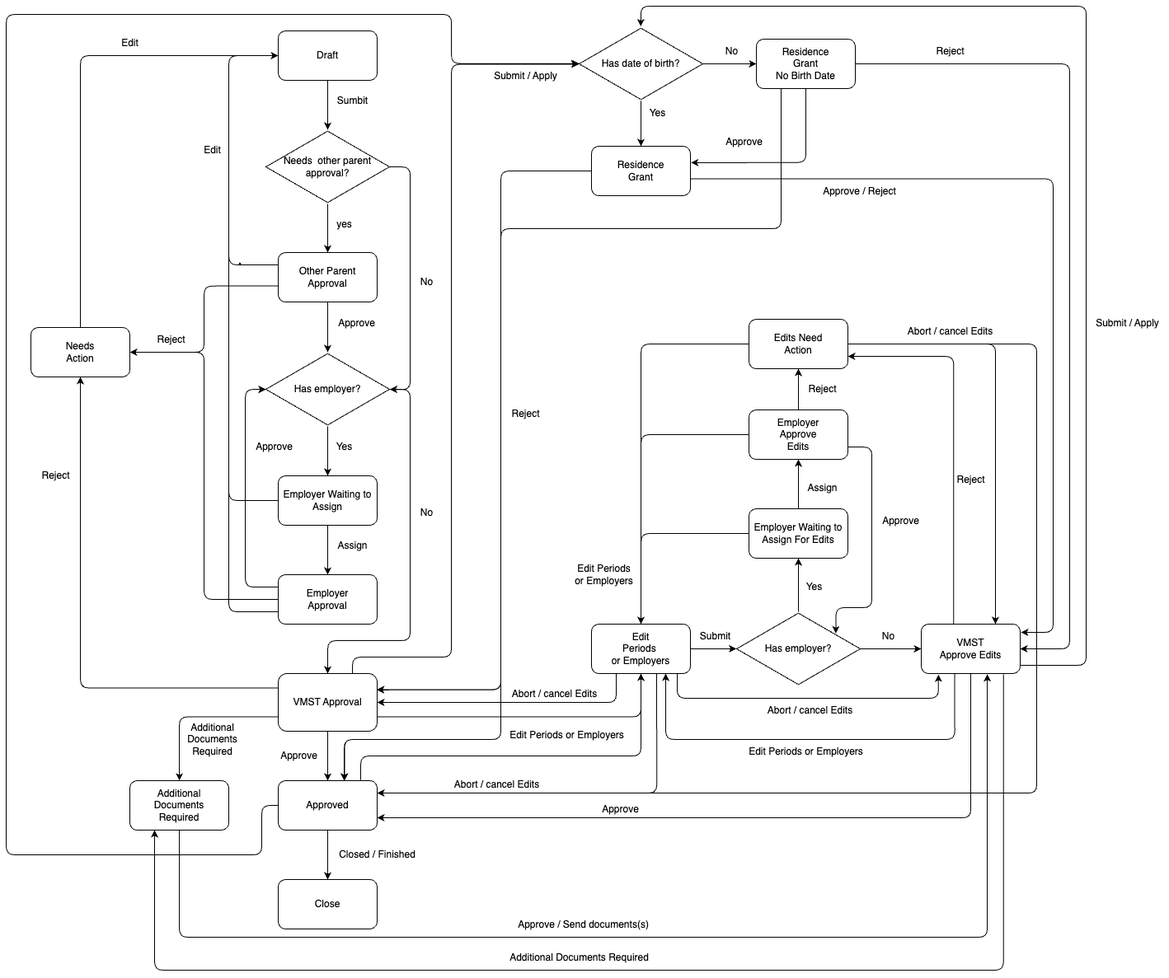
This is libs/application/templates/parental-leave/assets/parental-leave-flow-chart.png from island-is/island.is, a draw.io export, as it was before one commit. Source tidied: cells renumbered, new cells last; positions are measured from the earlier drawing's top-left corner, leaving out a move shared by most shapes.
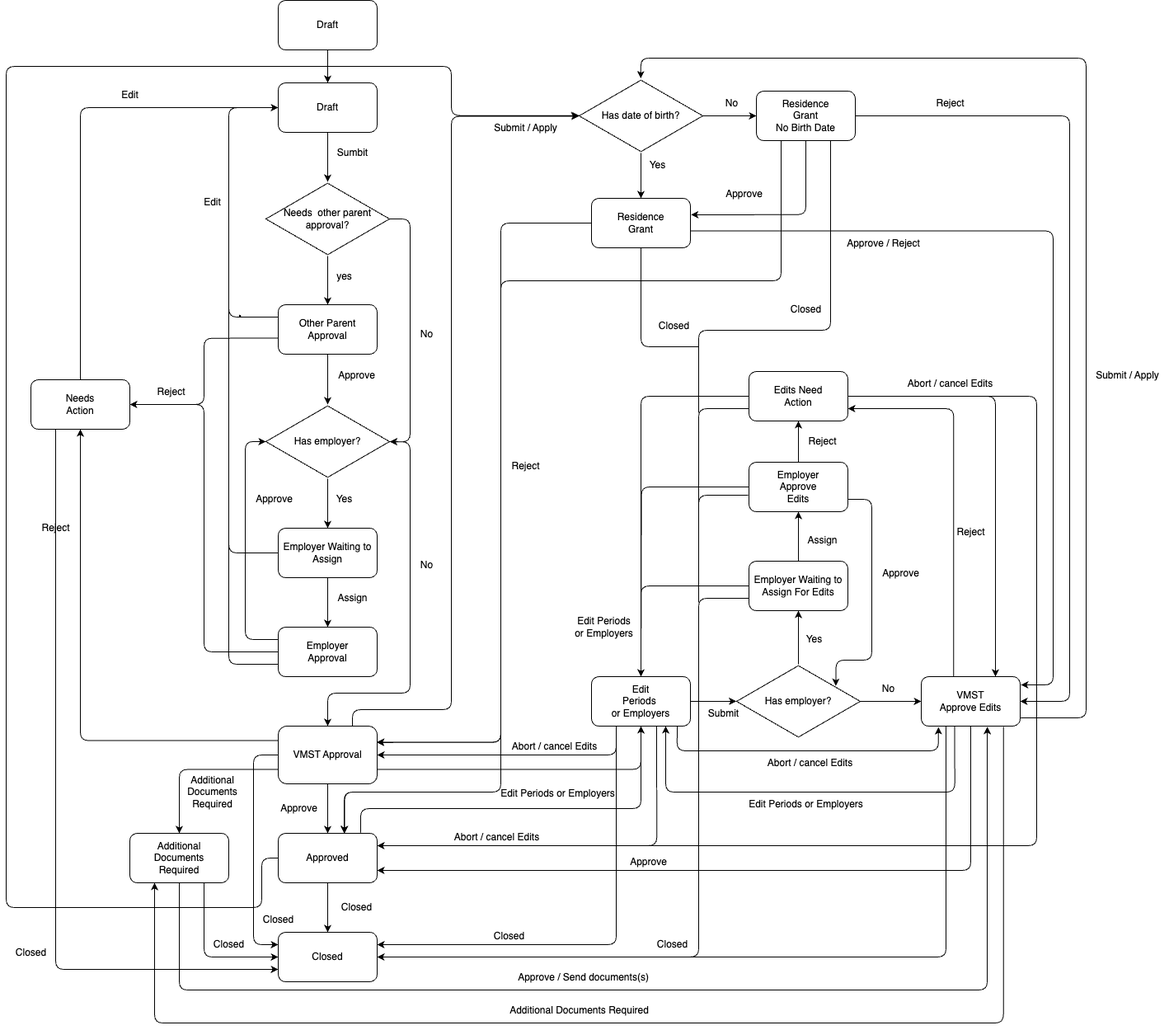
After the commit.

Commit message:
edit state diagram, add closed state change to states, add VMST as role, remove assignToVMST

What changed in the source:
```diff
@@ -132,6 +132,14 @@
         </Array>
       </mxGeometry>
     </mxCell>
+    <mxCell id="114" style="edgeStyle=none;html=1;exitX=0;exitY=0.5;exitDx=0;exitDy=0;entryX=0;entryY=0.25;entryDx=0;entryDy=0;" parent="1" edge="1" source="31" target="76">
+      <mxGeometry relative="1" as="geometry">
+        <Array as="points">
+          <mxPoint x="300" y="845" />
+          <mxPoint x="300" y="1075" />
+        </Array>
+      </mxGeometry>
+    </mxCell>
     <mxCell id="31" value="VMST Approval" style="rounded=1;whiteSpace=wrap;html=1;" parent="1" vertex="1">
       <mxGeometry x="330" y="810" width="120" height="70" as="geometry" />
     </mxCell>
@@ -148,6 +156,13 @@
         </Array>
       </mxGeometry>
     </mxCell>
+    <mxCell id="115" style="edgeStyle=none;html=1;exitX=0.25;exitY=1;exitDx=0;exitDy=0;entryX=0;entryY=0.75;entryDx=0;entryDy=0;" parent="1" edge="1" source="35" target="76">
+      <mxGeometry relative="1" as="geometry">
+        <Array as="points">
+          <mxPoint x="60" y="1105" />
+        </Array>
+      </mxGeometry>
+    </mxCell>
     <mxCell id="35" value="Needs&lt;br&gt;Action" style="rounded=1;whiteSpace=wrap;html=1;" parent="1" vertex="1">
       <mxGeometry x="30" y="390" width="120" height="60" as="geometry" />
     </mxCell>
@@ -192,6 +207,13 @@
         </Array>
       </mxGeometry>
     </mxCell>
+    <mxCell id="116" style="edgeStyle=none;html=1;exitX=0.75;exitY=1;exitDx=0;exitDy=0;entryX=0;entryY=0.5;entryDx=0;entryDy=0;" parent="1" edge="1" source="46" target="76">
+      <mxGeometry relative="1" as="geometry">
+        <Array as="points">
+          <mxPoint x="240" y="1090" />
+        </Array>
+      </mxGeometry>
+    </mxCell>
     <mxCell id="46" value="Additional&lt;br&gt;Documents&lt;br&gt;Required" style="rounded=1;whiteSpace=wrap;html=1;" parent="1" vertex="1">
       <mxGeometry x="150" y="940" width="120" height="60" as="geometry" />
     </mxCell>
@@ -222,11 +244,18 @@
     <mxCell id="52" style="edgeStyle=orthogonalEdgeStyle;rounded=1;jumpStyle=none;html=1;exitX=0.25;exitY=1;exitDx=0;exitDy=0;entryX=1;entryY=0.5;entryDx=0;entryDy=0;strokeColor=#000000;fontFamily=Helvetica;fontSize=12;fontColor=none;endArrow=classic;endFill=1;" parent="1" edge="1" source="53" target="31">
       <mxGeometry relative="1" as="geometry" />
     </mxCell>
+    <mxCell id="117" style="edgeStyle=none;html=1;exitX=0.25;exitY=1;exitDx=0;exitDy=0;entryX=1;entryY=0.25;entryDx=0;entryDy=0;" parent="1" edge="1" source="53" target="76">
+      <mxGeometry relative="1" as="geometry">
+        <Array as="points">
+          <mxPoint x="740" y="1075" />
+        </Array>
+      </mxGeometry>
+    </mxCell>
     <mxCell id="53" value="Edit&lt;br&gt;Periods&amp;nbsp;&lt;br&gt;or Employers" style="rounded=1;whiteSpace=wrap;html=1;" parent="1" vertex="1">
       <mxGeometry x="710" y="750" width="120" height="60" as="geometry" />
     </mxCell>
     <mxCell id="54" value="Edit Periods or Employers" style="text;html=1;align=center;verticalAlign=middle;strokeColor=none;fillColor=none;fontSize=12;fontFamily=Helvetica;fontColor=none;" parent="1" vertex="1">
-      <mxGeometry x="600" y="870" width="160" height="30" as="geometry" />
+      <mxGeometry x="589" y="877" width="160" height="30" as="geometry" />
     </mxCell>
     <mxCell id="55" style="edgeStyle=orthogonalEdgeStyle;html=1;entryX=1.006;entryY=0.332;entryDx=0;entryDy=0;strokeColor=#000000;fontColor=#FF0000;exitX=0.5;exitY=1;exitDx=0;exitDy=0;entryPerimeter=0;" parent="1" edge="1" source="59" target="63">
       <mxGeometry relative="1" as="geometry" />
@@ -259,6 +288,15 @@
         </Array>
       </mxGeometry>
     </mxCell>
+    <mxCell id="118" style="edgeStyle=none;html=1;exitX=0.75;exitY=1;exitDx=0;exitDy=0;endArrow=none;endFill=0;" parent="1" edge="1" source="59">
+      <mxGeometry relative="1" as="geometry">
+        <mxPoint x="840" y="430" as="targetPoint" />
+        <Array as="points">
+          <mxPoint x="1000" y="330" />
+          <mxPoint x="840" y="330" />
+        </Array>
+      </mxGeometry>
+    </mxCell>
     <mxCell id="59" value="Residence&lt;br&gt;Grant&lt;br&gt;No Birth Date" style="rounded=1;whiteSpace=wrap;html=1;" parent="1" vertex="1">
       <mxGeometry x="910" y="40" width="120" height="60" as="geometry" />
     </mxCell>
@@ -287,6 +325,14 @@
         </Array>
       </mxGeometry>
     </mxCell>
+    <mxCell id="119" style="edgeStyle=none;html=1;exitX=0.5;exitY=1;exitDx=0;exitDy=0;endArrow=none;endFill=0;" parent="1" edge="1" source="63">
+      <mxGeometry relative="1" as="geometry">
+        <mxPoint x="840" y="350" as="targetPoint" />
+        <Array as="points">
+          <mxPoint x="770" y="350" />
+        </Array>
+      </mxGeometry>
+    </mxCell>
     <mxCell id="63" value="Residence&lt;br&gt;Grant&lt;br&gt;" style="rounded=1;whiteSpace=wrap;html=1;" parent="1" vertex="1">
       <mxGeometry x="710" y="170" width="120" height="60" as="geometry" />
     </mxCell>
@@ -336,17 +382,25 @@
         </Array>
       </mxGeometry>
     </mxCell>
+    <mxCell id="120" style="edgeStyle=none;html=1;exitX=0.25;exitY=1;exitDx=0;exitDy=0;endArrow=none;endFill=0;" parent="1" edge="1" source="74">
+      <mxGeometry relative="1" as="geometry">
+        <mxPoint x="820" y="1090" as="targetPoint" />
+        <Array as="points">
+          <mxPoint x="1140" y="1090" />
+        </Array>
+      </mxGeometry>
+    </mxCell>
     <mxCell id="74" value="VMST&lt;br&gt;Approve Edits" style="rounded=1;whiteSpace=wrap;html=1;" parent="1" vertex="1">
       <mxGeometry x="1110" y="750" width="120" height="60" as="geometry" />
     </mxCell>
     <mxCell id="75" value="Approve / Send documents(s)" style="text;html=1;align=center;verticalAlign=middle;strokeColor=none;fillColor=none;fontSize=12;fontFamily=Helvetica;fontColor=none;" parent="1" vertex="1">
       <mxGeometry x="610" y="1100" width="180" height="30" as="geometry" />
     </mxCell>
-    <mxCell id="76" value="Close" style="rounded=1;whiteSpace=wrap;html=1;" parent="1" vertex="1">
+    <mxCell id="76" value="Closed" style="rounded=1;whiteSpace=wrap;html=1;" parent="1" vertex="1">
       <mxGeometry x="330" y="1060" width="120" height="60" as="geometry" />
     </mxCell>
-    <mxCell id="77" value="Closed / Finished" style="text;html=1;align=center;verticalAlign=middle;strokeColor=none;fillColor=none;fontSize=12;fontFamily=Helvetica;fontColor=none;labelBackgroundColor=none;" parent="1" vertex="1">
-      <mxGeometry x="390" y="1015" width="120" height="30" as="geometry" />
+    <mxCell id="77" value="Closed" style="text;html=1;align=center;verticalAlign=middle;strokeColor=none;fillColor=none;fontSize=12;fontFamily=Helvetica;fontColor=none;labelBackgroundColor=none;" parent="1" vertex="1">
+      <mxGeometry x="395" y="1015" width="60" height="30" as="geometry" />
     </mxCell>
     <mxCell id="78" value="Submit / Apply" style="text;html=1;align=center;verticalAlign=middle;strokeColor=none;fillColor=none;fontSize=12;fontFamily=Helvetica;fontColor=none;labelBackgroundColor=none;" parent="1" vertex="1">
       <mxGeometry x="580" y="70" width="100" height="30" as="geometry" />
@@ -373,7 +427,7 @@
       <mxGeometry x="886" y="735" width="150" height="90" as="geometry" />
     </mxCell>
     <mxCell id="83" value="Submit" style="text;html=1;align=center;verticalAlign=middle;strokeColor=none;fillColor=none;fontSize=12;fontFamily=Helvetica;fontColor=none;labelBackgroundColor=none;" parent="1" vertex="1">
-      <mxGeometry x="830" y="750" width="60" height="30" as="geometry" />
+      <mxGeometry x="840" y="780" width="60" height="30" as="geometry" />
     </mxCell>
     <mxCell id="84" style="edgeStyle=orthogonalEdgeStyle;rounded=1;jumpStyle=none;html=1;strokeColor=#000000;fontFamily=Helvetica;fontSize=12;fontColor=none;endArrow=classic;endFill=1;" parent="1" edge="1" source="86" target="95">
       <mxGeometry relative="1" as="geometry" />
@@ -381,6 +435,14 @@
     <mxCell id="85" style="edgeStyle=orthogonalEdgeStyle;rounded=1;jumpStyle=none;html=1;exitX=0;exitY=0.5;exitDx=0;exitDy=0;strokeColor=#000000;fontFamily=Helvetica;fontSize=12;fontColor=none;endArrow=classic;endFill=1;entryX=0.5;entryY=0;entryDx=0;entryDy=0;" parent="1" edge="1" source="86" target="53">
       <mxGeometry relative="1" as="geometry" />
     </mxCell>
+    <mxCell id="121" style="edgeStyle=none;html=1;exitX=0;exitY=0.75;exitDx=0;exitDy=0;" parent="1" edge="1" source="86" target="76">
+      <mxGeometry relative="1" as="geometry">
+        <Array as="points">
+          <mxPoint x="840" y="655" />
+          <mxPoint x="840" y="1090" />
+        </Array>
+      </mxGeometry>
+    </mxCell>
     <mxCell id="86" value="Employer Waiting to Assign For Edits" style="rounded=1;whiteSpace=wrap;html=1;" parent="1" vertex="1">
       <mxGeometry x="901" y="610" width="120" height="60" as="geometry" />
     </mxCell>
@@ -416,6 +478,15 @@
         </Array>
       </mxGeometry>
     </mxCell>
+    <mxCell id="122" style="edgeStyle=none;html=1;strokeColor=default;endArrow=none;endFill=0;" parent="1" edge="1">
+      <mxGeometry relative="1" as="geometry">
+        <mxPoint x="900" y="530" as="sourcePoint" />
+        <mxPoint x="840" y="660" as="targetPoint" />
+        <Array as="points">
+          <mxPoint x="840" y="530" />
+        </Array>
+      </mxGeometry>
+    </mxCell>
     <mxCell id="95" value="Employer&lt;br&gt;Approve&lt;br&gt;Edits" style="rounded=1;whiteSpace=wrap;html=1;" parent="1" vertex="1">
       <mxGeometry x="901" y="490" width="120" height="60" as="geometry" />
     </mxCell>
@@ -433,6 +504,14 @@
     <mxCell id="98" style="edgeStyle=orthogonalEdgeStyle;html=1;entryX=0.75;entryY=0;entryDx=0;entryDy=0;strokeColor=#000000;fontColor=#000000;" parent="1" edge="1" source="99" target="74">
       <mxGeometry relative="1" as="geometry" />
     </mxCell>
+    <mxCell id="123" style="edgeStyle=none;html=1;exitX=0;exitY=0.75;exitDx=0;exitDy=0;endArrow=none;endFill=0;" parent="1" edge="1" source="99">
+      <mxGeometry relative="1" as="geometry">
+        <mxPoint x="840" y="540" as="targetPoint" />
+        <Array as="points">
+          <mxPoint x="840" y="425" />
+        </Array>
+      </mxGeometry>
+    </mxCell>
     <mxCell id="99" value="Edits Need&lt;br&gt;Action" style="rounded=1;whiteSpace=wrap;html=1;" parent="1" vertex="1">
       <mxGeometry x="901" y="380" width="120" height="60" as="geometry" />
     </mxCell>
@@ -449,7 +528,7 @@
       <mxGeometry x="1050" y="610" width="70" height="30" as="geometry" />
     </mxCell>
     <mxCell id="104" value="&lt;font color=&quot;#000000&quot;&gt;Approve&lt;/font&gt;" style="text;html=1;align=center;verticalAlign=middle;strokeColor=none;fillColor=none;" parent="1" vertex="1">
-      <mxGeometry x="710" y="960" width="70" height="30" as="geometry" />
+      <mxGeometry x="744" y="960" width="70" height="30" as="geometry" />
     </mxCell>
     <mxCell id="105" value="Reject" style="text;html=1;align=center;verticalAlign=middle;strokeColor=none;fillColor=none;fontSize=12;fontFamily=Helvetica;fontColor=none;labelBackgroundColor=none;" parent="1" vertex="1">
       <mxGeometry x="1140" y="560" width="60" height="30" as="geometry" />
@@ -470,7 +549,7 @@
       <mxGeometry x="860" y="150" width="70" height="30" as="geometry" />
     </mxCell>
     <mxCell id="111" value="&lt;font color=&quot;#000000&quot;&gt;Approve / Reject&lt;/font&gt;" style="text;html=1;align=center;verticalAlign=middle;strokeColor=none;fillColor=none;fontColor=#FF0000;" parent="1" vertex="1">
-      <mxGeometry x="980" y="210" width="110" height="30" as="geometry" />
+      <mxGeometry x="1009" y="210" width="110" height="30" as="geometry" />
     </mxCell>
     <mxCell id="112" value="&lt;font color=&quot;#000000&quot;&gt;Reject&lt;/font&gt;" style="text;html=1;align=center;verticalAlign=middle;strokeColor=none;fillColor=none;fontColor=#FF0000;" parent="1" vertex="1">
       <mxGeometry x="1115" y="40" width="60" height="30" as="geometry" />
@@ -478,5 +557,32 @@
     <mxCell id="113" value="&lt;font color=&quot;#000000&quot;&gt;Reject&lt;/font&gt;" style="text;html=1;align=center;verticalAlign=middle;strokeColor=none;fillColor=none;fontColor=#FF0000;" parent="1" vertex="1">
       <mxGeometry x="600" y="480" width="60" height="30" as="geometry" />
     </mxCell>
+    <mxCell id="124" style="edgeStyle=none;html=1;exitX=0.5;exitY=1;exitDx=0;exitDy=0;entryX=0.5;entryY=0;entryDx=0;entryDy=0;" parent="1" edge="1" source="125" target="3">
+      <mxGeometry relative="1" as="geometry" />
+    </mxCell>
+    <mxCell id="125" value="Draft" style="rounded=1;whiteSpace=wrap;html=1;" parent="1" vertex="1">
+      <mxGeometry x="330" y="-70" width="120" height="60" as="geometry" />
+    </mxCell>
+    <mxCell id="126" value="Closed" style="text;html=1;align=center;verticalAlign=middle;strokeColor=none;fillColor=none;fontSize=12;fontFamily=Helvetica;fontColor=none;labelBackgroundColor=none;" parent="1" vertex="1">
+      <mxGeometry x="240" y="1060" width="60" height="30" as="geometry" />
+    </mxCell>
+    <mxCell id="127" value="Closed" style="text;html=1;align=center;verticalAlign=middle;strokeColor=none;fillColor=none;fontSize=12;fontFamily=Helvetica;fontColor=none;labelBackgroundColor=none;" parent="1" vertex="1">
+      <mxGeometry y="1070" width="60" height="30" as="geometry" />
+    </mxCell>
+    <mxCell id="128" value="Closed" style="text;html=1;align=center;verticalAlign=middle;strokeColor=none;fillColor=none;fontSize=12;fontFamily=Helvetica;fontColor=none;labelBackgroundColor=none;" parent="1" vertex="1">
+      <mxGeometry x="300" y="1030" width="60" height="30" as="geometry" />
+    </mxCell>
+    <mxCell id="129" value="Closed" style="text;html=1;align=center;verticalAlign=middle;strokeColor=none;fillColor=none;fontSize=12;fontFamily=Helvetica;fontColor=none;labelBackgroundColor=none;" parent="1" vertex="1">
+      <mxGeometry x="580" y="1050" width="60" height="30" as="geometry" />
+    </mxCell>
+    <mxCell id="130" value="Closed" style="text;html=1;align=center;verticalAlign=middle;strokeColor=none;fillColor=none;fontSize=12;fontFamily=Helvetica;fontColor=none;labelBackgroundColor=none;" parent="1" vertex="1">
+      <mxGeometry x="778" y="1060" width="60" height="30" as="geometry" />
+    </mxCell>
+    <mxCell id="131" value="Closed" style="text;html=1;align=center;verticalAlign=middle;strokeColor=none;fillColor=none;fontSize=12;fontFamily=Helvetica;fontColor=none;labelBackgroundColor=none;" parent="1" vertex="1">
+      <mxGeometry x="780" y="310" width="60" height="30" as="geometry" />
+    </mxCell>
+    <mxCell id="132" value="Closed" style="text;html=1;align=center;verticalAlign=middle;strokeColor=none;fillColor=none;fontSize=12;fontFamily=Helvetica;fontColor=none;labelBackgroundColor=none;" parent="1" vertex="1">
+      <mxGeometry x="940" y="290" width="60" height="30" as="geometry" />
+    </mxCell>
   </root>
 </mxGraphModel>
```
